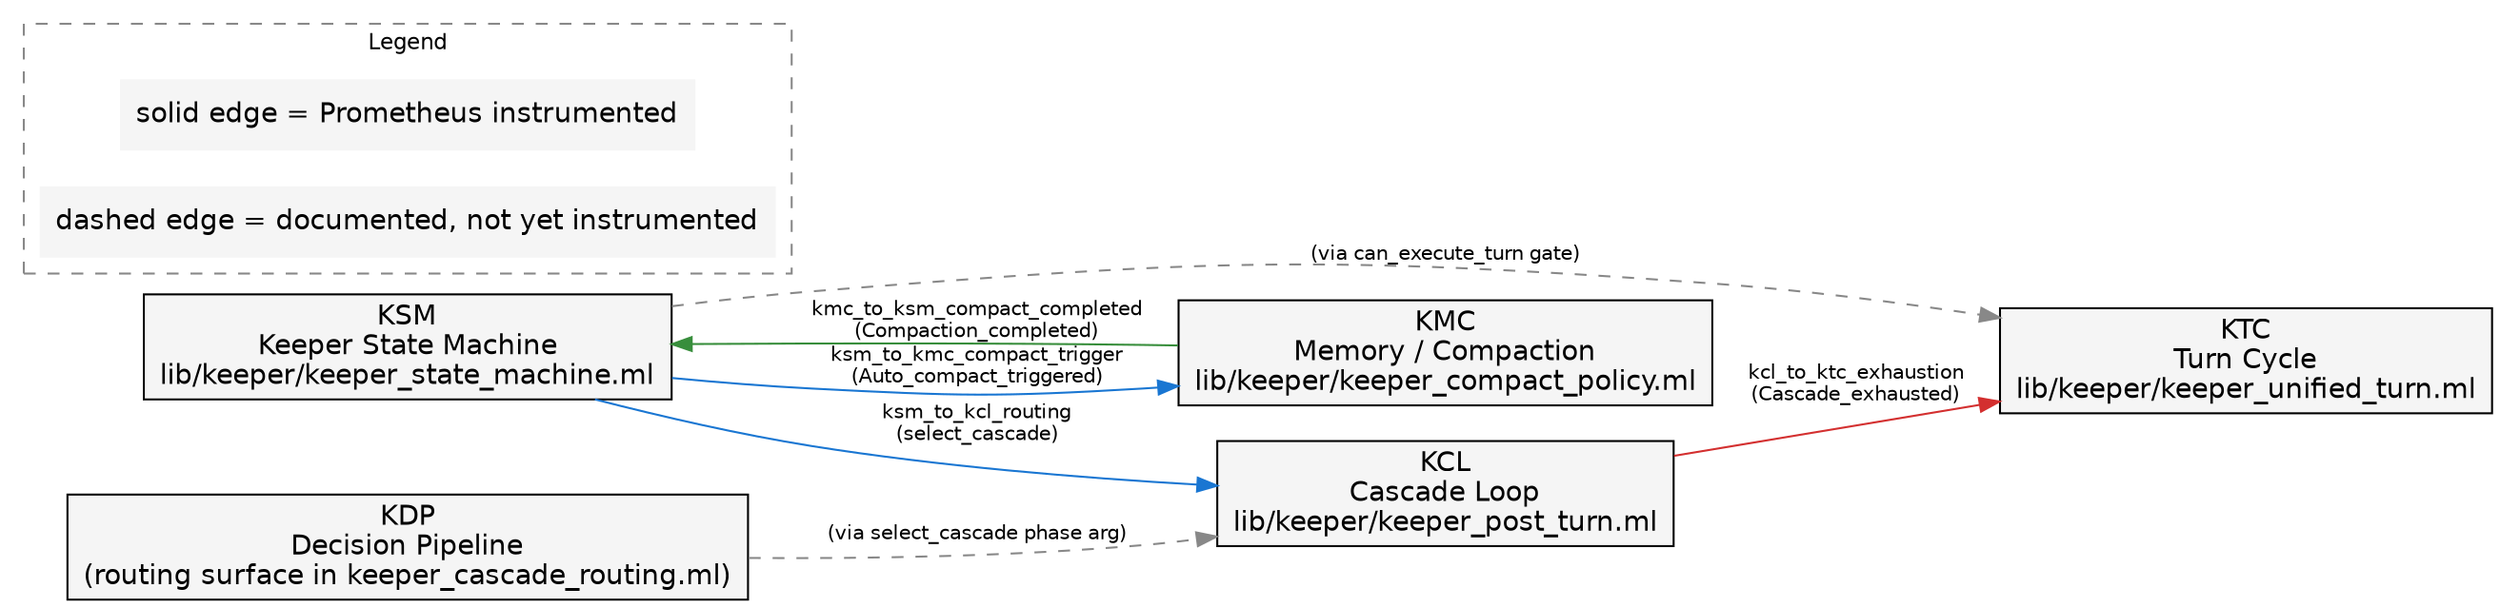
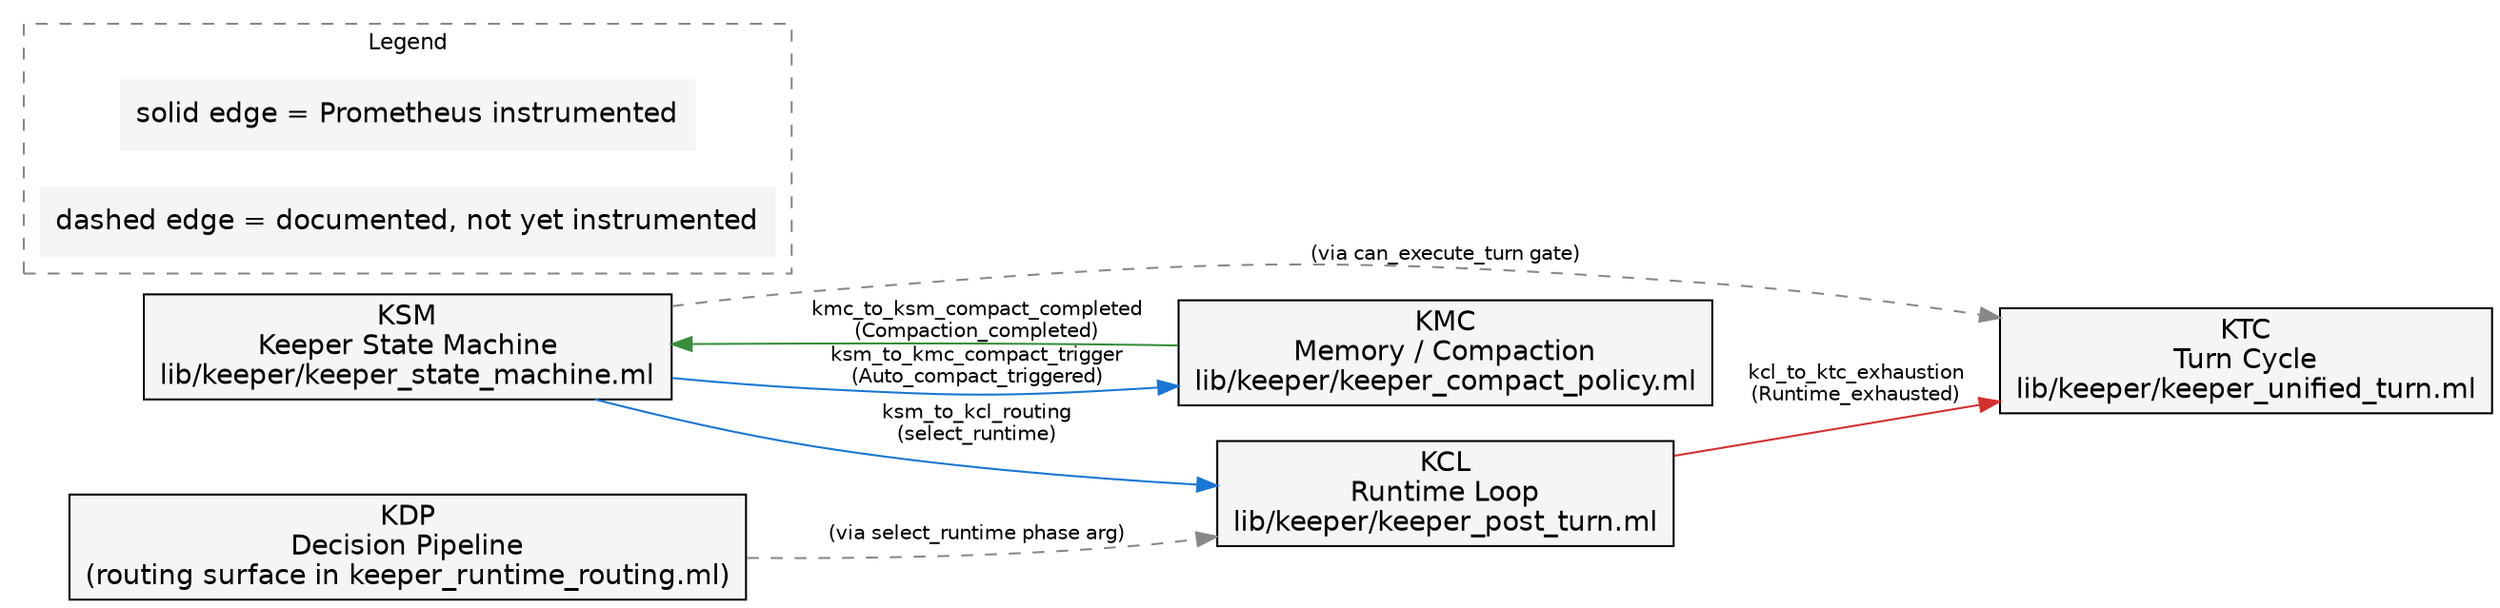
// keeper-fsm-graph.dot — Static cross-FSM coupling graph for the
// keeper system (KSM / KTC / KDP / KCL / KMC).
//
// Each labeled edge corresponds to a [edge=<label>] value emitted by
// the Prometheus counter [masc_keeper_fsm_edge_transitions_total]
// (declared in lib/prometheus.mli).
//
// Render:
//   dot -Tsvg docs/keeper-fsm-graph.dot -o docs/keeper-fsm-graph.svg
//
// Validate the OCaml wiring still matches:
//   bash scripts/validate-keeper-fsm-graph.sh
//
// References:
//   - specs/keeper-state-machine/KeeperCompositeLifecycle.tla
//   - test/test_keeper_fsm_joints.ml (PR-H, joint invariant tests)

digraph keeper_fsm {
  rankdir = LR;
  fontname = "Helvetica";
  node [shape=box, style=filled, fillcolor="#f5f5f5", fontname="Helvetica"];
  edge [fontname="Helvetica", fontsize=10];

  // 5 sub-FSM nodes (RFC-0002 + RFC-0003).
  KSM [label="KSM\nKeeper State Machine\nlib/keeper/keeper_state_machine.ml"];
  KTC [label="KTC\nTurn Cycle\nlib/keeper/keeper_unified_turn.ml"];
-   KDP [label="KDP\nDecision Pipeline\n(routing surface in keeper_cascade_routing.ml)"];
-   KCL [label="KCL\nCascade Loop\nlib/keeper/keeper_post_turn.ml"];
+   KDP [label="KDP\nDecision Pipeline\n(routing surface in keeper_runtime_routing.ml)"];
+   KCL [label="KCL\nRuntime Loop\nlib/keeper/keeper_post_turn.ml"];
  KMC [label="KMC\nMemory / Compaction\nlib/keeper/keeper_compact_policy.ml"];

  // ── Instrumented edges (counter labels match the OCaml call sites) ──

  KSM -> KCL [
-     label = "ksm_to_kcl_routing\n(select_cascade)",
+     label = "ksm_to_kcl_routing\n(select_runtime)",
    color = "#1976d2",
    tooltip = "lib/keeper/keeper_unified_turn.ml:1086"
  ];

  KSM -> KMC [
    label = "ksm_to_kmc_compact_trigger\n(Auto_compact_triggered)",
    color = "#1976d2",
    tooltip = "lib/keeper/keeper_registry.ml:995"
  ];

  KMC -> KSM [
    label = "kmc_to_ksm_compact_completed\n(Compaction_completed)",
    color = "#388e3c",
    tooltip = "lib/keeper/keeper_context_runtime.ml:198 + lib/keeper/keeper_unified_turn.ml:1925"
  ];

  KCL -> KTC [
-     label = "kcl_to_ktc_exhaustion\n(Cascade_exhausted)",
+     label = "kcl_to_ktc_exhaustion\n(Runtime_exhausted)",
    color = "#d32f2f",
    tooltip = "lib/keeper/keeper_unified_turn.ml:1647"
  ];

  // ── Documented but un-instrumented edges (follow-up trail) ──

  KDP -> KCL [
-     label = "(via select_cascade phase arg)",
+     label = "(via select_runtime phase arg)",
    style = "dashed",
    color = "#888888",
    tooltip = "Currently fused into ksm_to_kcl_routing; KDP signal arrives as the phase argument"
  ];

  KSM -> KTC [
    label = "(via can_execute_turn gate)",
    style = "dashed",
    color = "#888888",
    tooltip = "Pure predicate keeper_state_machine.ml:can_execute_turn — no counter, gate read at every turn entry"
  ];

  // ── Legend ─────────────────────────────────────────────
  subgraph cluster_legend {
    label = "Legend";
    style = dashed;
    color = "#888888";
    fontsize = 11;

    legend_solid [label="solid edge = Prometheus instrumented", shape=plaintext];
    legend_dashed [label="dashed edge = documented, not yet instrumented", shape=plaintext];
  }
}
